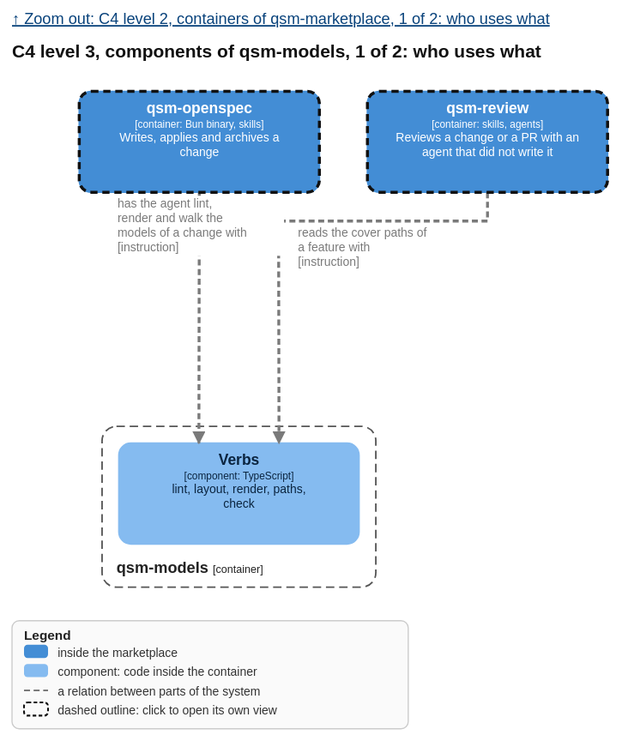
Before: openspec/changes/feature-flow/models/marketplace.components-models-uses.drawio.svg, a diagram exported from draw.io (qsmark-labs/qsm-marketplace). Source tidied: cells renumbered, new cells last; positions are measured from the earlier drawing's top-left corner, leaving out a move shared by most shapes.
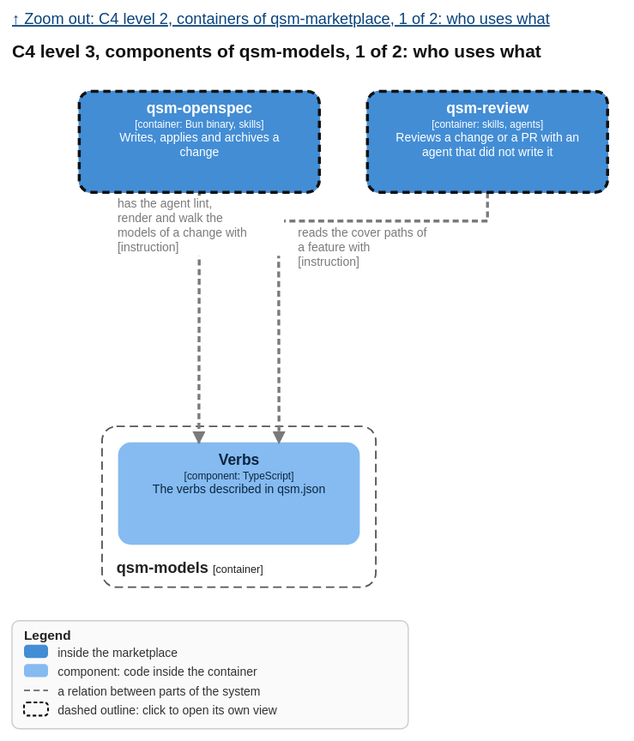
After the commit.

The edit, as a diff of the source:
```diff
@@ -7,7 +7,7 @@
         <mxGeometry x="19" y="279" width="228" height="134" as="geometry" />
       </mxCell>
     </object>
-    <object id="3" label="&lt;b&gt;%c4Name%&lt;/b&gt;&lt;div&gt;[%c4Type%%c4TechnologySep%%c4Technology%]&lt;/div&gt;&lt;div style=&quot;font-size:11px&quot;&gt;%c4Description%&lt;/div&gt;" c4Description="lint, layout, render, paths, check" c4Id="mp.models.cli" c4Name="Verbs" c4Path="plugins/qsm-models/scripts/cli.ts" c4Tags="" c4Technology="TypeScript" c4TechnologySep=": " c4Type="Component" placeholders="1">
+    <object id="3" label="&lt;b&gt;%c4Name%&lt;/b&gt;&lt;div&gt;[%c4Type%%c4TechnologySep%%c4Technology%]&lt;/div&gt;&lt;div style=&quot;font-size:11px&quot;&gt;%c4Description%&lt;/div&gt;" c4Description="The verbs described in qsm.json" c4Id="mp.models.cli" c4Name="Verbs" c4Path="plugins/qsm-models/scripts/cli.ts" c4Tags="" c4Technology="TypeScript" c4TechnologySep=": " c4Type="Component" placeholders="1">
       <mxCell style="rounded=1;whiteSpace=wrap;html=1;arcSize=10;fillColor=#85bbf0;strokeColor=#85bbf0;fontColor=#0b2540;" parent="1" vertex="1">
         <mxGeometry x="33" y="293" width="200" height="84" as="geometry" />
       </mxCell>
```
